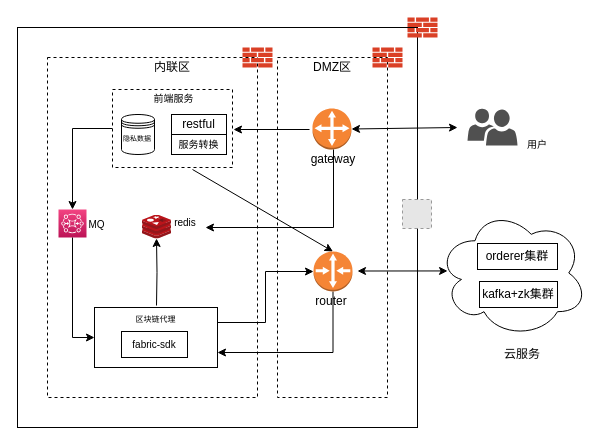
The draw.io diagram repository/drawio/postb/系统交互关系.drawio in dilide/collections, before the edit. Source tidied: cells renumbered, new cells numbered last; positions are measured from the earlier drawing's top-left corner, leaving out a move shared by most shapes. Both pictures are drawn from the tidied source at 100%, with x=0, y=0 at pixel (17, 17). Pictures stored in the file or linked from it are replaced by grey dashed boxes.
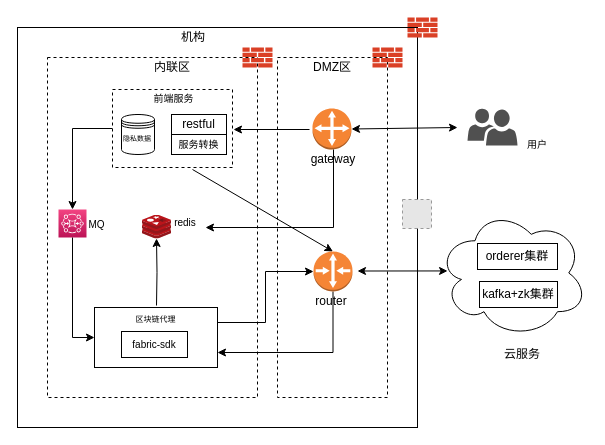
After the change.

Commit message:
Update 系统交互关系.drawio

Diff of the diagram source:
```diff
@@
+    <mxCell id="47" value="机构" style="text;html=1;strokeColor=none;fillColor=none;align=center;verticalAlign=middle;whiteSpace=wrap;rounded=0;fontSize=12;" parent="1" vertex="1">
+      <mxGeometry x="156" y="10" width="40" height="20" as="geometry" />
+    </mxCell>
```
